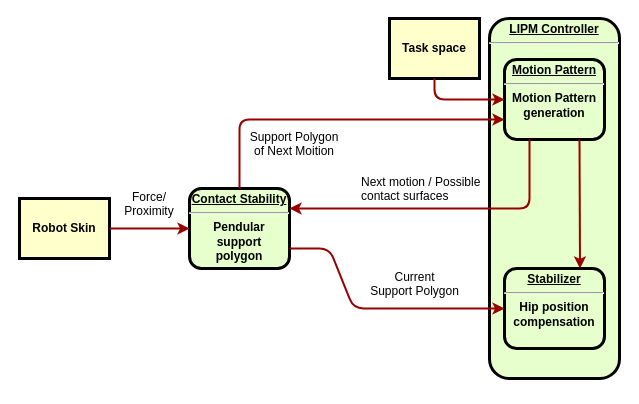
Before: page "Page-1" (1 of 2) of contact_stability.drawio in HuiwenPan/workspace, a draw.io diagram. Source tidied: cells renumbered, new cells numbered last; positions are measured from the earlier drawing's top-left corner, leaving out a move shared by most shapes. Both pictures are drawn from the tidied source at 100%, with x=0, y=0 at pixel (19, -11). Pictures stored in the file or linked from it are replaced by grey dashed boxes.
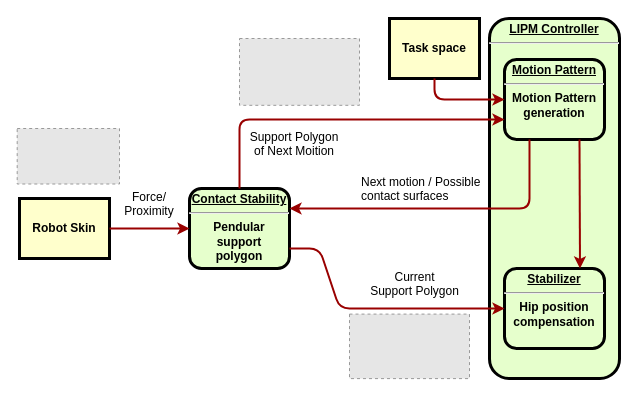
The same page after the edit.

The change refers to these unchanged cells:
```xml
<mxCell id="2" value="&lt;p style=&quot;margin: 0px ; margin-top: 4px ; text-align: center ; text-decoration: underline&quot;&gt;&lt;strong&gt;Contact Stability&lt;br&gt;&lt;/strong&gt;&lt;/p&gt;&lt;hr&gt;&lt;div&gt;Pendular &lt;br&gt;&lt;/div&gt;&lt;div&gt;support&lt;/div&gt;&lt;div&gt; polygon&lt;/div&gt;" style="verticalAlign=middle;align=center;overflow=fill;fontSize=12;fontFamily=Helvetica;html=1;rounded=1;fontStyle=1;strokeWidth=3;fillColor=#E6FFCC;" parent="1" vertex="1">
  <mxGeometry x="170" y="199" width="100" height="80" as="geometry" />
</mxCell>
<mxCell id="6" value="&lt;p style=&quot;margin: 0px ; margin-top: 4px ; text-align: center ; text-decoration: underline&quot;&gt;&lt;strong&gt;&lt;strong&gt;Stabilizer&lt;/strong&gt;&lt;br&gt;&lt;/strong&gt;&lt;/p&gt;&lt;hr&gt;&lt;div&gt;Hip position &lt;br&gt;&lt;/div&gt;&lt;div&gt;compensation&lt;br&gt;&lt;/div&gt;" style="verticalAlign=middle;align=center;overflow=fill;fontSize=12;fontFamily=Helvetica;html=1;rounded=1;fontStyle=1;strokeWidth=3;fillColor=#E6FFCC;" parent="1" vertex="1">
  <mxGeometry x="485" y="279" width="100" height="80" as="geometry" />
</mxCell>
```

What changed in the source:
```diff
@@
     <mxCell id="13" style="edgeStyle=none;noEdgeStyle=1;strokeColor=#990000;strokeWidth=2;entryX=0;entryY=0.5;entryDx=0;entryDy=0;exitX=1;exitY=0.75;exitDx=0;exitDy=0;" parent="1" edge="1" source="2" target="6">
       <mxGeometry relative="1" as="geometry">
         <Array as="points">
-          <mxPoint x="310" y="259" />
-          <mxPoint x="334" y="319" />
+          <mxPoint x="300" y="259" />
+          <mxPoint x="320" y="319" />
         </Array>
       </mxGeometry>
     </mxCell>
@@
+    <mxCell id="19" style="fillColor=#E6E6E6;strokeColor=#999999;dashed=1;verticalLabelPosition=bottom;verticalAlign=top;" parent="1" vertex="1">
+      <mxGeometry x="220" y="49" width="120" height="66.8" as="geometry" />
+    </mxCell>
+    <mxCell id="20" style="fillColor=#E6E6E6;strokeColor=#999999;dashed=1;verticalLabelPosition=bottom;verticalAlign=top;" parent="1" vertex="1">
+      <mxGeometry x="330" y="324.6" width="120" height="64.5" as="geometry" />
+    </mxCell>
+    <mxCell id="21" style="fillColor=#E6E6E6;strokeColor=#999999;dashed=1;verticalLabelPosition=bottom;verticalAlign=top;" parent="1" vertex="1">
+      <mxGeometry x="-2.3" y="139" width="102.3" height="55.5" as="geometry" />
+    </mxCell>
```
